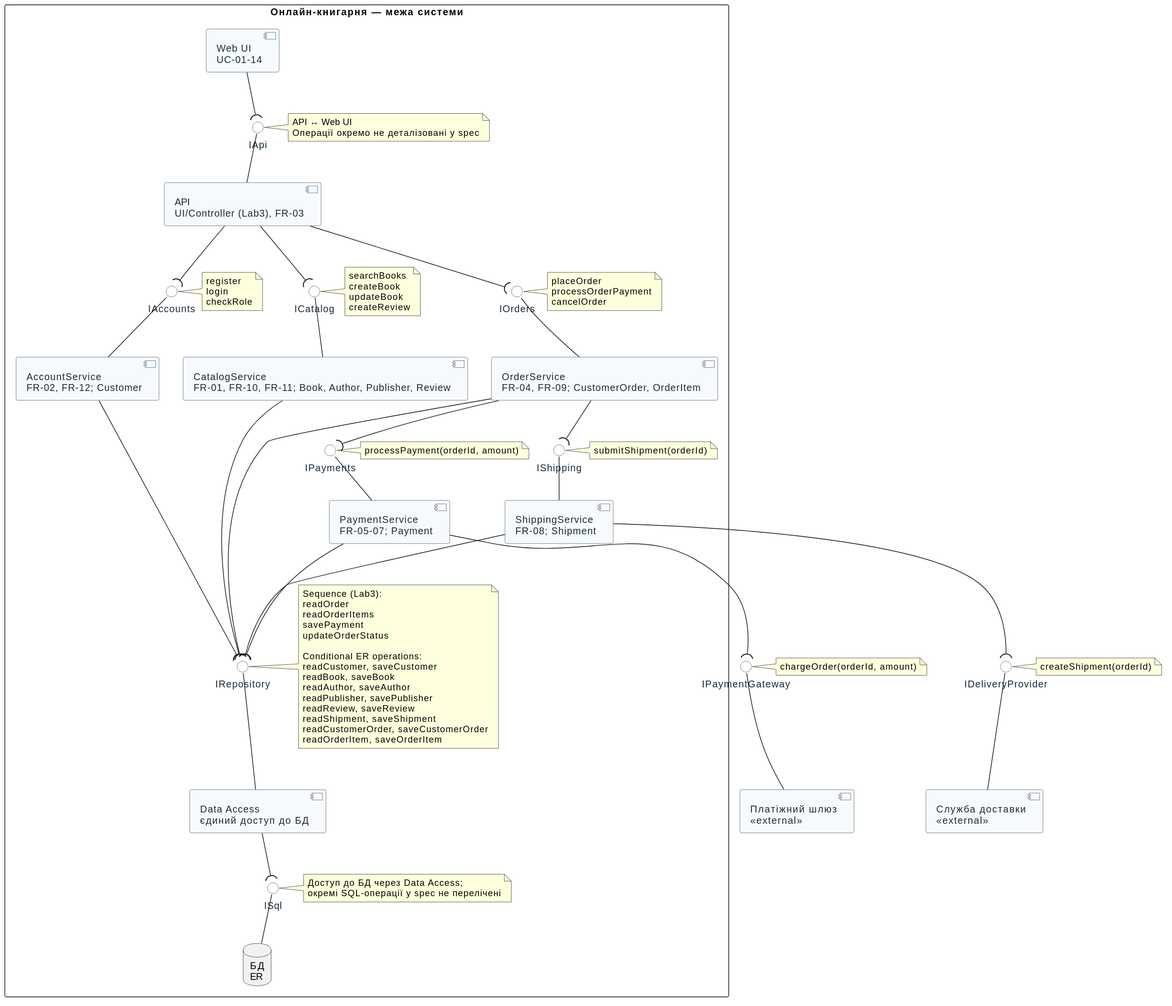
Saeghxx/KPI2 keeps this PlantUML diagram as Lab5/model/components.svg. Above is the earlier version.
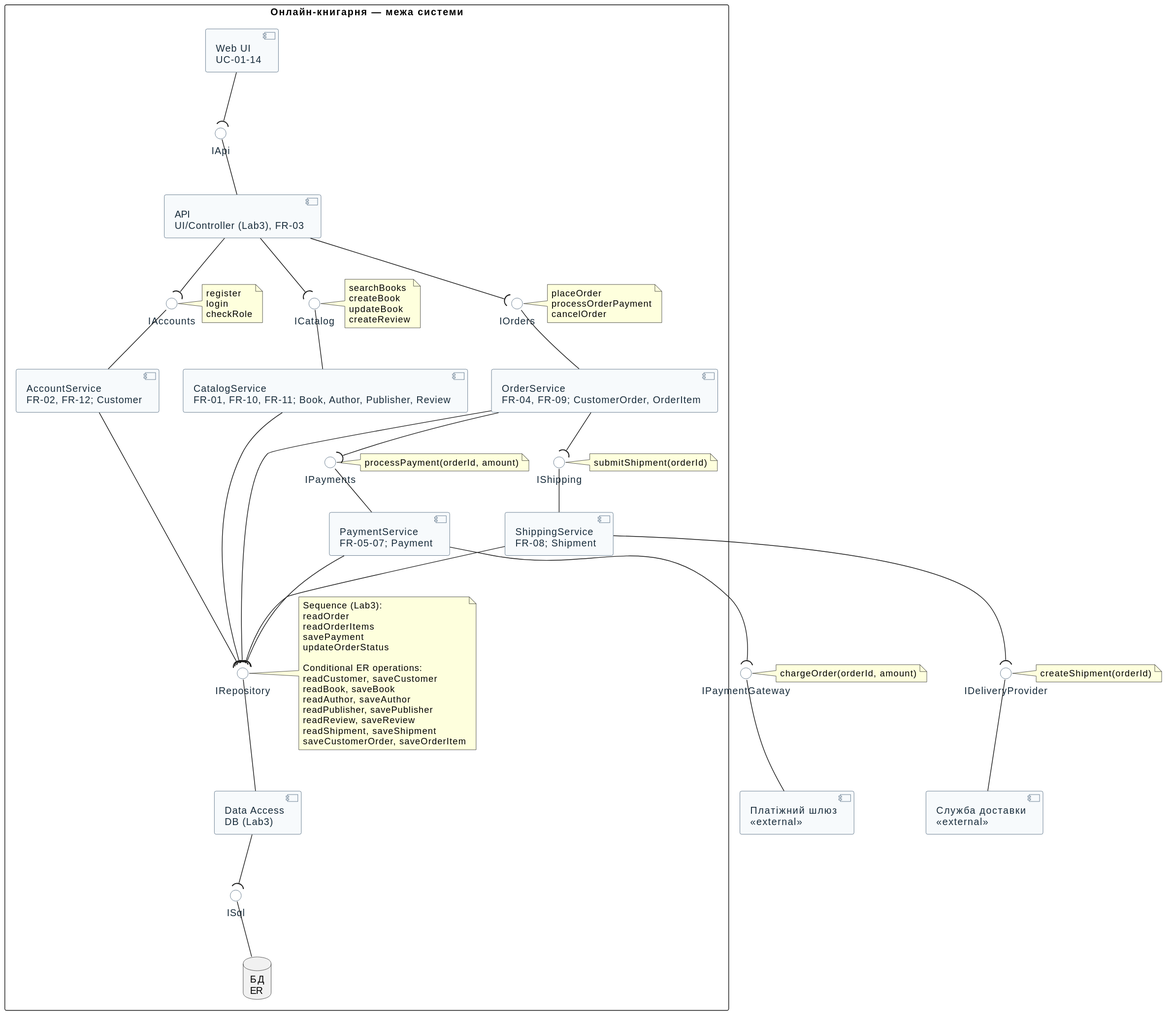
Later version of the same file.

Commit message:
chore(lab5): render fourth iteration with PlantUML via Kroki

The edit, as a diff of the source:
```diff
@@ -27,7 +27,7 @@
   component "PaymentService\nFR-05-07; Payment" as PaymentService
   component "ShippingService\nFR-08; Shipment" as ShippingService
 
-  component "Data Access\nєдиний доступ до БД" as DataAccess
+  component "Data Access\nDB (Lab3)" as DataAccess
 
   database "БД\nER" as DB
 
@@ -74,10 +74,6 @@
   OrderService -[hidden]down- DataAccess
   DataAccess -[hidden]down- DB
 
-  note right of IApi
-    API ↔ Web UI
-    Операції окремо не деталізовані у spec
-  end note
   note right of IAccounts
     register
     login
@@ -114,12 +110,7 @@
     readPublisher, savePublisher
     readReview, saveReview
     readShipment, saveShipment
-    readCustomerOrder, saveCustomerOrder
-    readOrderItem, saveOrderItem
-  end note
-  note right of ISql
-    Доступ до БД через Data Access;
-    окремі SQL-операції у spec не перелічені
+    saveCustomerOrder, saveOrderItem
   end note
 }
 
```
